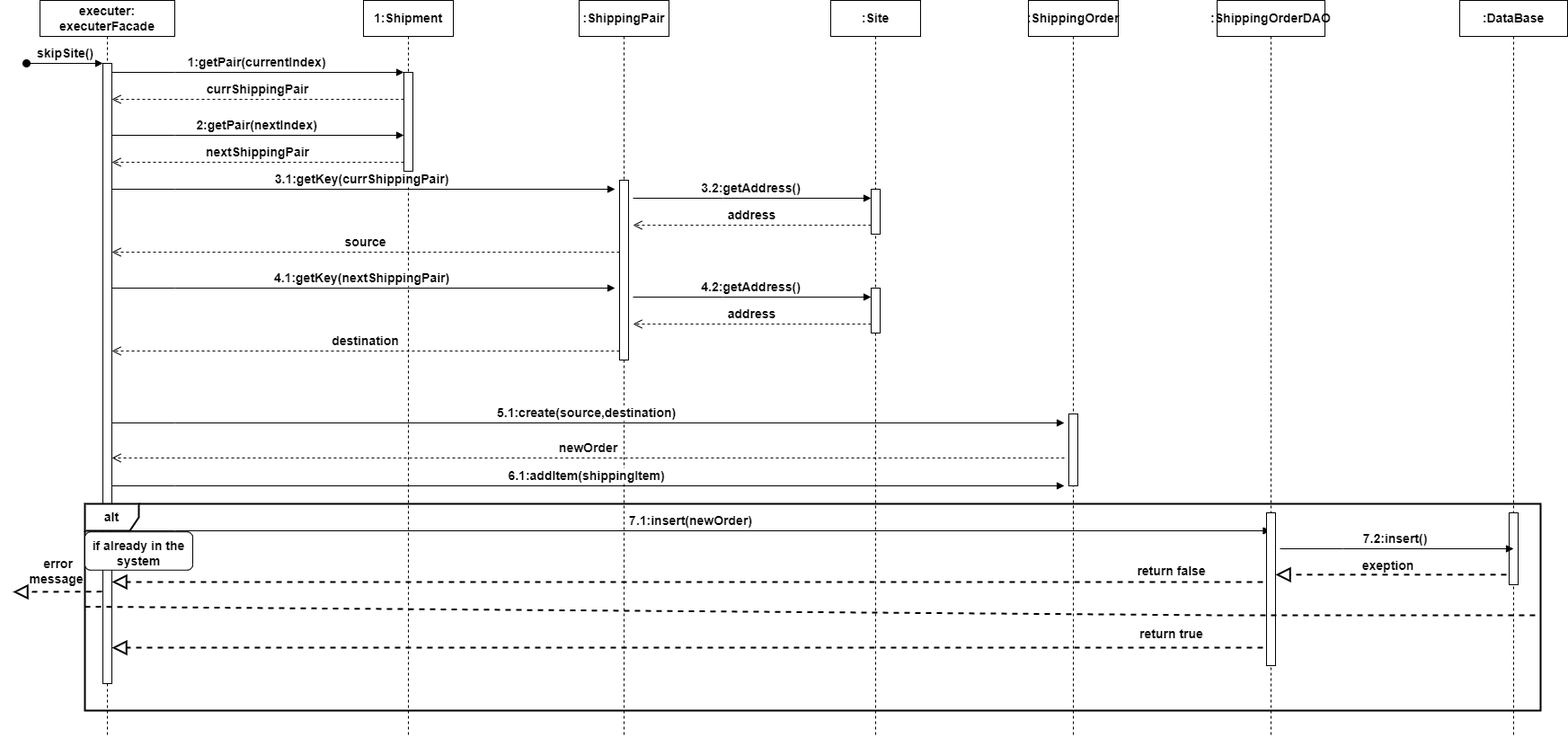
omerad1/drw keeps this draw.io diagram as C3- assign Driver.drawio.png. Above is the earlier version. Source tidied: cells renumbered, new cells last; positions are measured from the earlier drawing's top-left corner, leaving out a move shared by most shapes.
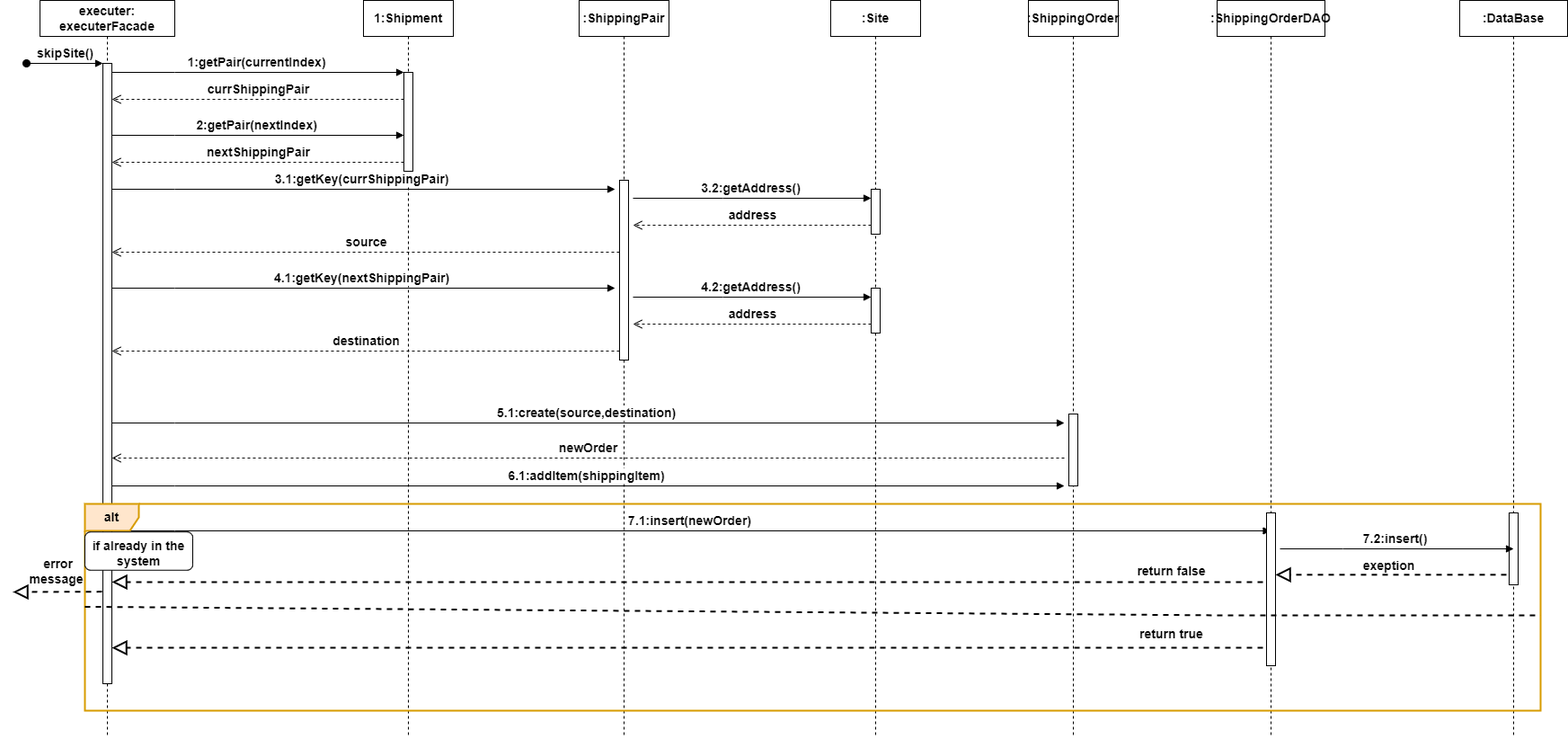
The same diagram one commit later.

What changed in the source:
```diff
@@ -218,7 +218,7 @@
         </Array>
       </mxGeometry>
     </mxCell>
-    <mxCell id="35" value="alt" style="shape=umlFrame;whiteSpace=wrap;html=1;fontStyle=1;strokeWidth=2;fontSize=14;" parent="1" vertex="1">
+    <mxCell id="35" value="alt" style="shape=umlFrame;whiteSpace=wrap;html=1;fontStyle=1;strokeWidth=2;fontSize=14;fillColor=#ffe6cc;strokeColor=#d79b00;" parent="1" vertex="1">
       <mxGeometry x="80" y="560" width="1620" height="230" as="geometry" />
     </mxCell>
     <mxCell id="36" value="return false" style="text;html=1;align=center;verticalAlign=middle;whiteSpace=wrap;rounded=0;fontStyle=1;strokeWidth=2;fontSize=14;" parent="1" vertex="1">
```
